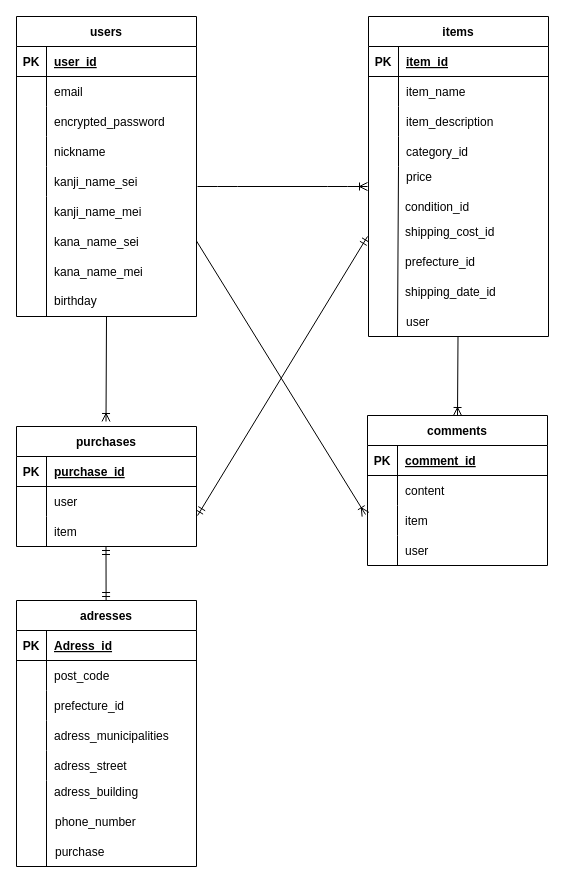
Earlier version of the draw.io diagram furima.dio (sora-site/furima-40734). Source tidied: cells renumbered, new cells numbered last; positions are measured from the earlier drawing's top-left corner, leaving out a move shared by most shapes. Both pictures are drawn from the tidied source at 100%, with x=0, y=0 at pixel (16, 16).
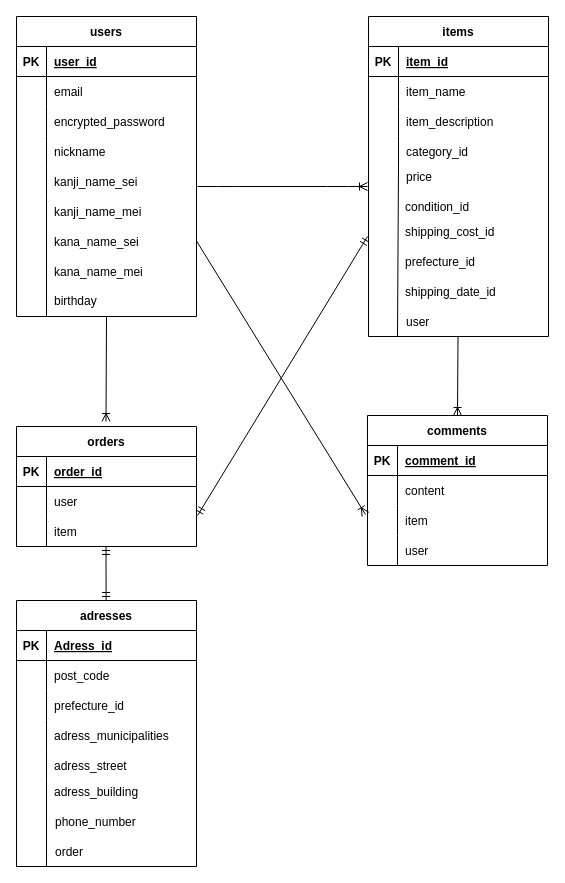
Above is the later version.

Commit message (it also covers changes not shown here):
purchase→order

The change refers to these unchanged cells:
```xml
<mxCell id="82" style="shape=tableRow;horizontal=0;startSize=0;swimlaneHead=0;swimlaneBody=0;fillColor=none;top=0;left=0;right=0;bottom=1;" parent="81" vertex="1">
  <mxGeometry y="30" width="180" height="30" as="geometry" />
</mxCell>
```

Change to the diagram source:
```diff
@@
-    <mxCell id="79" value="purchase" style="shape=partialRectangle;fillColor=none;top=0;left=0;bottom=0;right=0;align=left;spacingLeft=6;overflow=hidden;" parent="1" vertex="1">
+    <mxCell id="79" value="order" style="shape=partialRectangle;fillColor=none;top=0;left=0;bottom=0;right=0;align=left;spacingLeft=6;overflow=hidden;" parent="1" vertex="1">
       <mxGeometry x="31" y="820" width="150" height="30" as="geometry" />
     </mxCell>
@@
-    <mxCell id="81" value="purchases" style="shape=table;startSize=30;childLayout=tableLayout;rowLines=0;fontStyle=1;align=center;" parent="1" vertex="1">
+    <mxCell id="81" value="orders" style="shape=table;startSize=30;childLayout=tableLayout;rowLines=0;fontStyle=1;align=center;" parent="1" vertex="1">
       <mxGeometry y="410" width="180" height="120" as="geometry" />
     </mxCell>
@@
-    <mxCell id="84" value="purchase_id" style="shape=partialRectangle;fillColor=none;top=0;left=0;bottom=0;right=0;align=left;spacingLeft=6;fontStyle=5;overflow=hidden;" parent="82" vertex="1">
+    <mxCell id="84" value="order_id" style="shape=partialRectangle;fillColor=none;top=0;left=0;bottom=0;right=0;align=left;spacingLeft=6;fontStyle=5;overflow=hidden;" parent="82" vertex="1">
       <mxGeometry x="30" width="150" height="30" as="geometry" />
     </mxCell>
```
